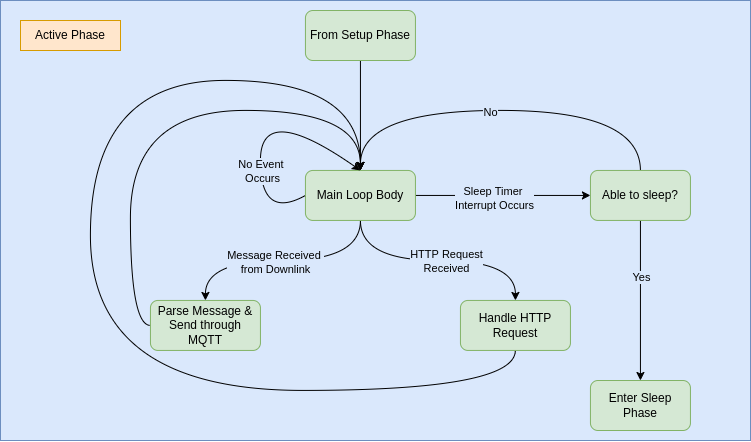
Before: Diagrams/FSM/FSM_Active.png, a diagram exported from draw.io (albogdan/Thesis). Source tidied: cells renumbered, new cells last; positions are measured from the earlier drawing's top-left corner, leaving out a move shared by most shapes.
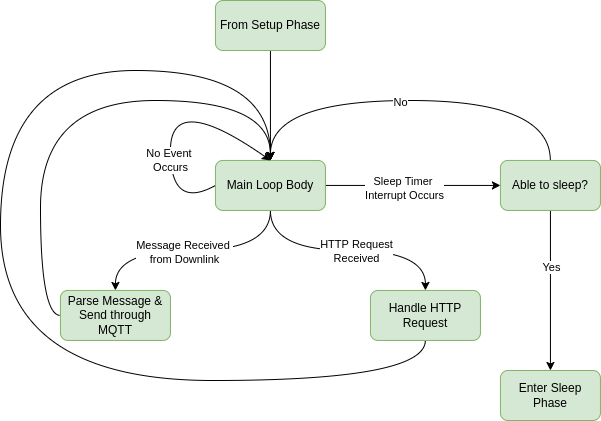
After the change.

What changed in the source:
```diff
@@ -2,101 +2,95 @@
   <root>
     <mxCell id="0" />
     <mxCell id="1" parent="0" />
-    <mxCell id="2" style="rounded=0;whiteSpace=wrap;html=1;fillColor=#dae8fc;strokeColor=#6c8ebf;" parent="1" vertex="1">
-      <mxGeometry width="750" height="440" as="geometry" />
+    <mxCell id="2" style="edgeStyle=orthogonalEdgeStyle;curved=1;rounded=0;jettySize=auto;html=1;exitX=0.5;exitY=1;exitDx=0;exitDy=0;entryX=0.5;entryY=0;entryDx=0;entryDy=0;" parent="1" edge="1" source="8" target="10">
+      <mxGeometry relative="1" as="geometry" />
     </mxCell>
-    <mxCell id="3" style="edgeStyle=orthogonalEdgeStyle;curved=1;rounded=0;jettySize=auto;html=1;exitX=0.5;exitY=1;exitDx=0;exitDy=0;entryX=0.5;entryY=0;entryDx=0;entryDy=0;" parent="1" edge="1" source="9" target="11">
-      <mxGeometry relative="1" as="geometry" />
+    <mxCell id="3" value="Message Received &lt;br&gt;from Downlink" style="edgeLabel;html=1;align=center;verticalAlign=middle;labelBackgroundColor=#FFFFFF;" parent="2" vertex="1">
+      <mxGeometry x="0.07" y="1" relative="1" as="geometry" />
     </mxCell>
-    <mxCell id="4" value="Message Received &lt;br&gt;from Downlink" style="edgeLabel;html=1;align=center;verticalAlign=middle;labelBackgroundColor=#DAE8FC;" parent="3" vertex="1">
-      <mxGeometry x="0.07" y="1" relative="1" as="geometry" />
+    <mxCell id="4" style="edgeStyle=orthogonalEdgeStyle;curved=1;rounded=0;jettySize=auto;html=1;exitX=0.5;exitY=1;exitDx=0;exitDy=0;entryX=0.5;entryY=0;entryDx=0;entryDy=0;" parent="1" edge="1" source="8" target="12">
+      <mxGeometry relative="1" as="geometry" />
     </mxCell>
-    <mxCell id="5" style="edgeStyle=orthogonalEdgeStyle;curved=1;rounded=0;jettySize=auto;html=1;exitX=0.5;exitY=1;exitDx=0;exitDy=0;entryX=0.5;entryY=0;entryDx=0;entryDy=0;" parent="1" edge="1" source="9" target="13">
-      <mxGeometry relative="1" as="geometry" />
+    <mxCell id="5" value="HTTP Request&lt;br&gt;Received" style="edgeLabel;html=1;align=center;verticalAlign=middle;labelBackgroundColor=#FFFFFF;" parent="4" vertex="1">
+      <mxGeometry x="0.07" relative="1" as="geometry" />
     </mxCell>
-    <mxCell id="6" value="HTTP Request&lt;br&gt;Received" style="edgeLabel;html=1;align=center;verticalAlign=middle;labelBackgroundColor=#DAE8FC;" parent="5" vertex="1">
-      <mxGeometry x="0.07" relative="1" as="geometry" />
+    <mxCell id="6" style="edgeStyle=orthogonalEdgeStyle;curved=1;rounded=0;jettySize=auto;html=1;exitX=1;exitY=0.5;exitDx=0;exitDy=0;entryX=0;entryY=0.5;entryDx=0;entryDy=0;" parent="1" edge="1" source="8" target="17">
+      <mxGeometry relative="1" as="geometry" />
     </mxCell>
-    <mxCell id="7" style="edgeStyle=orthogonalEdgeStyle;curved=1;rounded=0;jettySize=auto;html=1;exitX=1;exitY=0.5;exitDx=0;exitDy=0;entryX=0;entryY=0.5;entryDx=0;entryDy=0;" parent="1" edge="1" source="9" target="18">
-      <mxGeometry relative="1" as="geometry" />
+    <mxCell id="7" value="Sleep Timer &lt;br&gt;Interrupt Occurs" style="edgeLabel;html=1;align=center;verticalAlign=middle;labelBackgroundColor=#FFFFFF;" parent="6" vertex="1">
+      <mxGeometry x="-0.1" y="-2" relative="1" as="geometry" />
     </mxCell>
-    <mxCell id="8" value="Sleep Timer &lt;br&gt;Interrupt Occurs" style="edgeLabel;html=1;align=center;verticalAlign=middle;points=[];labelBackgroundColor=#DAE8FC;" parent="7" vertex="1">
-      <mxGeometry x="-0.1" y="-2" relative="1" as="geometry" />
+    <mxCell id="8" value="Main Loop Body" style="rounded=1;whiteSpace=wrap;html=1;fillColor=#d5e8d4;strokeColor=#82b366;" parent="1" vertex="1">
+      <mxGeometry x="2184.9" y="369.9" width="110" height="50" as="geometry" />
     </mxCell>
-    <mxCell id="9" value="Main Loop Body" style="rounded=1;whiteSpace=wrap;html=1;fillColor=#d5e8d4;strokeColor=#82b366;" parent="1" vertex="1">
-      <mxGeometry x="304.9" y="169.9" width="110" height="50" as="geometry" />
+    <mxCell id="9" style="edgeStyle=orthogonalEdgeStyle;curved=1;rounded=0;jettySize=auto;html=1;entryX=0.5;entryY=0;entryDx=0;entryDy=0;exitX=0;exitY=0.5;exitDx=0;exitDy=0;" parent="1" edge="1" source="10" target="8">
+      <mxGeometry relative="1" as="geometry">
+        <Array as="points">
+          <mxPoint x="2009.9" y="524.9" />
+          <mxPoint x="2009.9" y="309.9" />
+          <mxPoint x="2239.9" y="309.9" />
+        </Array>
+      </mxGeometry>
     </mxCell>
-    <mxCell id="10" style="edgeStyle=orthogonalEdgeStyle;curved=1;rounded=0;jettySize=auto;html=1;entryX=0.5;entryY=0;entryDx=0;entryDy=0;exitX=0;exitY=0.5;exitDx=0;exitDy=0;" parent="1" edge="1" source="11" target="9">
-      <mxGeometry relative="1" as="geometry">
-        <Array as="points">
-          <mxPoint x="129.9" y="324.9" />
-          <mxPoint x="129.9" y="109.9" />
-          <mxPoint x="359.9" y="109.9" />
-        </Array>
-      </mxGeometry>
+    <mxCell id="10" value="Parse Message &amp;amp; Send through MQTT" style="rounded=1;whiteSpace=wrap;html=1;fillColor=#d5e8d4;strokeColor=#82b366;" parent="1" vertex="1">
+      <mxGeometry x="2029.9" y="499.9" width="110" height="50" as="geometry" />
     </mxCell>
-    <mxCell id="11" value="Parse Message &amp;amp; Send through MQTT" style="rounded=1;whiteSpace=wrap;html=1;fillColor=#d5e8d4;strokeColor=#82b366;" parent="1" vertex="1">
-      <mxGeometry x="149.9" y="299.9" width="110" height="50" as="geometry" />
+    <mxCell id="11" style="edgeStyle=orthogonalEdgeStyle;curved=1;rounded=0;jettySize=auto;html=1;entryX=0.5;entryY=0;entryDx=0;entryDy=0;" parent="1" edge="1" source="12" target="8">
+      <mxGeometry relative="1" as="geometry">
+        <Array as="points">
+          <mxPoint x="2394.9" y="589.9" />
+          <mxPoint x="1969.9" y="589.9" />
+          <mxPoint x="1969.9" y="279.9" />
+          <mxPoint x="2239.9" y="279.9" />
+        </Array>
+      </mxGeometry>
     </mxCell>
-    <mxCell id="12" style="edgeStyle=orthogonalEdgeStyle;curved=1;rounded=0;jettySize=auto;html=1;entryX=0.5;entryY=0;entryDx=0;entryDy=0;" parent="1" edge="1" source="13" target="9">
-      <mxGeometry relative="1" as="geometry">
-        <Array as="points">
-          <mxPoint x="514.9" y="389.9" />
-          <mxPoint x="89.9" y="389.9" />
-          <mxPoint x="89.9" y="79.9" />
-          <mxPoint x="359.9" y="79.9" />
-        </Array>
-      </mxGeometry>
+    <mxCell id="12" value="Handle HTTP Request" style="rounded=1;whiteSpace=wrap;html=1;fillColor=#d5e8d4;strokeColor=#82b366;" parent="1" vertex="1">
+      <mxGeometry x="2339.9" y="499.9" width="110" height="50" as="geometry" />
     </mxCell>
-    <mxCell id="13" value="Handle HTTP Request" style="rounded=1;whiteSpace=wrap;html=1;fillColor=#d5e8d4;strokeColor=#82b366;" parent="1" vertex="1">
-      <mxGeometry x="459.9" y="299.9" width="110" height="50" as="geometry" />
+    <mxCell id="13" style="edgeStyle=orthogonalEdgeStyle;curved=1;rounded=0;jettySize=auto;html=1;entryX=0.5;entryY=0;entryDx=0;entryDy=0;" parent="1" edge="1" source="17" target="8">
+      <mxGeometry relative="1" as="geometry">
+        <Array as="points">
+          <mxPoint x="2519.9" y="309.9" />
+          <mxPoint x="2239.9" y="309.9" />
+        </Array>
+      </mxGeometry>
     </mxCell>
-    <mxCell id="14" style="edgeStyle=orthogonalEdgeStyle;curved=1;rounded=0;jettySize=auto;html=1;entryX=0.5;entryY=0;entryDx=0;entryDy=0;" parent="1" edge="1" source="18" target="9">
-      <mxGeometry relative="1" as="geometry">
-        <Array as="points">
-          <mxPoint x="639.9" y="109.9" />
-          <mxPoint x="359.9" y="109.9" />
-        </Array>
+    <mxCell id="14" value="No" style="edgeLabel;html=1;align=center;verticalAlign=middle;labelBackgroundColor=#FFFFFF;" parent="13" vertex="1">
+      <mxGeometry x="-0.09" y="1" relative="1" as="geometry">
+        <mxPoint x="-27" as="offset" />
       </mxGeometry>
     </mxCell>
-    <mxCell id="15" value="No" style="edgeLabel;html=1;align=center;verticalAlign=middle;labelBackgroundColor=#DAE8FC;" parent="14" vertex="1">
-      <mxGeometry x="-0.09" y="1" relative="1" as="geometry">
-        <mxPoint x="-27" as="offset" />
-      </mxGeometry>
+    <mxCell id="15" style="edgeStyle=orthogonalEdgeStyle;curved=1;rounded=0;jettySize=auto;html=1;exitX=0.5;exitY=1;exitDx=0;exitDy=0;entryX=0.5;entryY=0;entryDx=0;entryDy=0;" parent="1" edge="1" source="17" target="22">
+      <mxGeometry relative="1" as="geometry" />
     </mxCell>
-    <mxCell id="16" style="edgeStyle=orthogonalEdgeStyle;curved=1;rounded=0;jettySize=auto;html=1;exitX=0.5;exitY=1;exitDx=0;exitDy=0;entryX=0.5;entryY=0;entryDx=0;entryDy=0;" parent="1" edge="1" source="18" target="24">
-      <mxGeometry relative="1" as="geometry" />
+    <mxCell id="16" value="Yes" style="edgeLabel;html=1;align=center;verticalAlign=middle;labelBackgroundColor=#FFFFFF;" parent="15" vertex="1">
+      <mxGeometry x="-0.29" relative="1" as="geometry" />
     </mxCell>
-    <mxCell id="17" value="Yes" style="edgeLabel;html=1;align=center;verticalAlign=middle;points=[];labelBackgroundColor=#DAE8FC;" parent="16" vertex="1">
-      <mxGeometry x="-0.29" relative="1" as="geometry" />
+    <mxCell id="17" value="Able to sleep?" style="rounded=1;whiteSpace=wrap;html=1;fillColor=#d5e8d4;strokeColor=#82b366;" parent="1" vertex="1">
+      <mxGeometry x="2469.9" y="369.9" width="100" height="50" as="geometry" />
     </mxCell>
-    <mxCell id="18" value="Able to sleep?" style="rounded=1;whiteSpace=wrap;html=1;fillColor=#d5e8d4;strokeColor=#82b366;" parent="1" vertex="1">
-      <mxGeometry x="589.9" y="169.9" width="100" height="50" as="geometry" />
+    <mxCell id="18" style="endArrow=classic;html=1;rounded=0;curved=1;exitX=0;exitY=0.5;exitDx=0;exitDy=0;entryX=0.5;entryY=0;entryDx=0;entryDy=0;" parent="1" edge="1" source="8" target="8">
+      <mxGeometry relative="1" as="geometry">
+        <Array as="points">
+          <mxPoint x="2139.9" y="419.9" />
+          <mxPoint x="2139.9" y="299.9" />
+        </Array>
+      </mxGeometry>
     </mxCell>
-    <mxCell id="19" value="Active Phase" style="text;html=1;strokeColor=#d79b00;fillColor=#ffe6cc;align=center;verticalAlign=middle;whiteSpace=wrap;rounded=0;perimeterSpacing=1;" parent="1" vertex="1">
-      <mxGeometry x="20" y="20" width="100" height="30" as="geometry" />
+    <mxCell id="19" value="No Event &lt;br&gt;Occurs" style="edgeLabel;html=1;align=center;verticalAlign=middle;labelBackgroundColor=#FFFFFF;" parent="18" vertex="1">
+      <mxGeometry x="0.48" y="-8" relative="1" as="geometry">
+        <mxPoint x="-33" y="37" as="offset" />
+      </mxGeometry>
     </mxCell>
-    <mxCell id="20" style="endArrow=classic;html=1;rounded=0;curved=1;exitX=0;exitY=0.5;exitDx=0;exitDy=0;entryX=0.5;entryY=0;entryDx=0;entryDy=0;" parent="1" edge="1" source="9" target="9">
-      <mxGeometry relative="1" as="geometry">
-        <Array as="points">
-          <mxPoint x="259.9" y="219.9" />
-          <mxPoint x="259.9" y="99.9" />
-        </Array>
-      </mxGeometry>
+    <mxCell id="20" style="edgeStyle=orthogonalEdgeStyle;curved=1;rounded=0;jettySize=auto;html=1;exitX=0.5;exitY=1;exitDx=0;exitDy=0;entryX=0.5;entryY=0;entryDx=0;entryDy=0;" parent="1" edge="1" source="21" target="8">
+      <mxGeometry relative="1" as="geometry" />
     </mxCell>
-    <mxCell id="21" value="No Event &lt;br&gt;Occurs" style="edgeLabel;html=1;align=center;verticalAlign=middle;points=[];labelBackgroundColor=#DAE8FC;" parent="20" vertex="1">
-      <mxGeometry x="0.48" y="-8" relative="1" as="geometry">
-        <mxPoint x="-33" y="37" as="offset" />
-      </mxGeometry>
+    <mxCell id="21" value="From Setup Phase" style="rounded=1;whiteSpace=wrap;html=1;fillColor=#d5e8d4;strokeColor=#82b366;" parent="1" vertex="1">
+      <mxGeometry x="2184.9" y="210" width="110" height="50" as="geometry" />
     </mxCell>
-    <mxCell id="22" style="edgeStyle=orthogonalEdgeStyle;curved=1;rounded=0;jettySize=auto;html=1;exitX=0.5;exitY=1;exitDx=0;exitDy=0;entryX=0.5;entryY=0;entryDx=0;entryDy=0;" parent="1" edge="1" source="23" target="9">
-      <mxGeometry relative="1" as="geometry" />
+    <mxCell id="22" value="Enter Sleep Phase" style="rounded=1;whiteSpace=wrap;html=1;fillColor=#d5e8d4;strokeColor=#82b366;" parent="1" vertex="1">
+      <mxGeometry x="2469.9" y="580" width="100" height="50" as="geometry" />
     </mxCell>
-    <mxCell id="23" value="From Setup Phase" style="rounded=1;whiteSpace=wrap;html=1;fillColor=#d5e8d4;strokeColor=#82b366;" parent="1" vertex="1">
-      <mxGeometry x="304.9" y="10" width="110" height="50" as="geometry" />
-    </mxCell>
-    <mxCell id="24" value="Enter Sleep Phase" style="rounded=1;whiteSpace=wrap;html=1;fillColor=#d5e8d4;strokeColor=#82b366;" parent="1" vertex="1">
-      <mxGeometry x="589.9" y="380" width="100" height="50" as="geometry" />
-    </mxCell>
   </root>
 </mxGraphModel>
```
